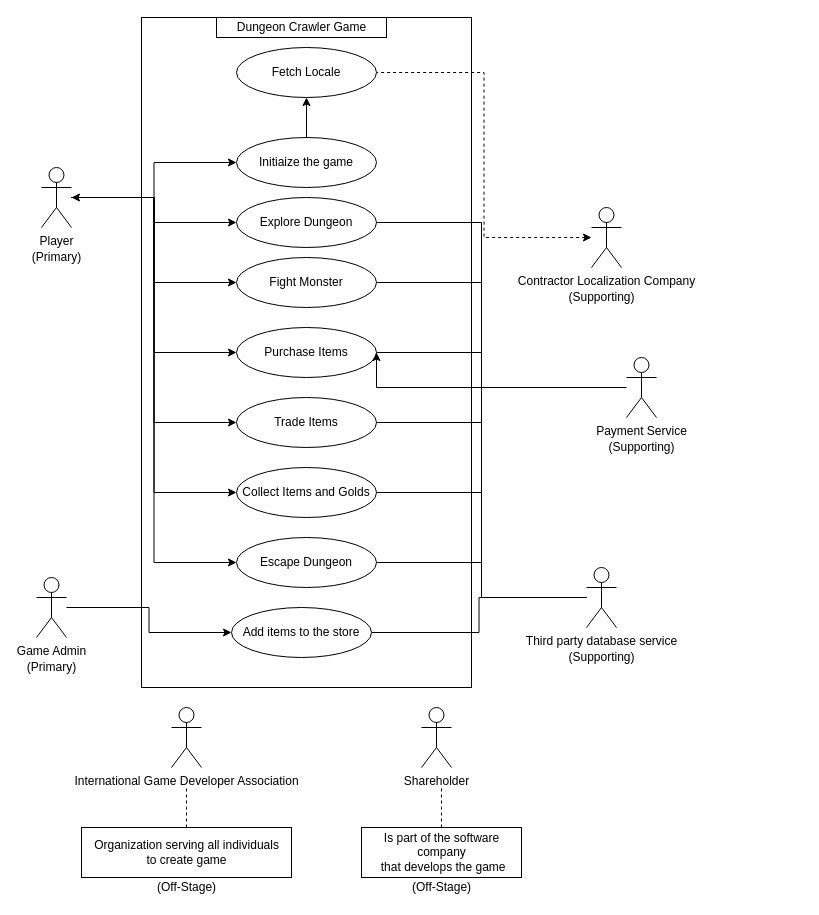
The draw.io diagram page "Page-1" (1 of 2) of UseCaseDiagram.drawio in jelkewcharoen/DungeonCrawlerGame, before the edit. Source tidied: cells renumbered, new cells numbered last; positions are measured from the earlier drawing's top-left corner, leaving out a move shared by most shapes. Both pictures are drawn from the tidied source at 100%, with x=0, y=0 at pixel (21, 17).
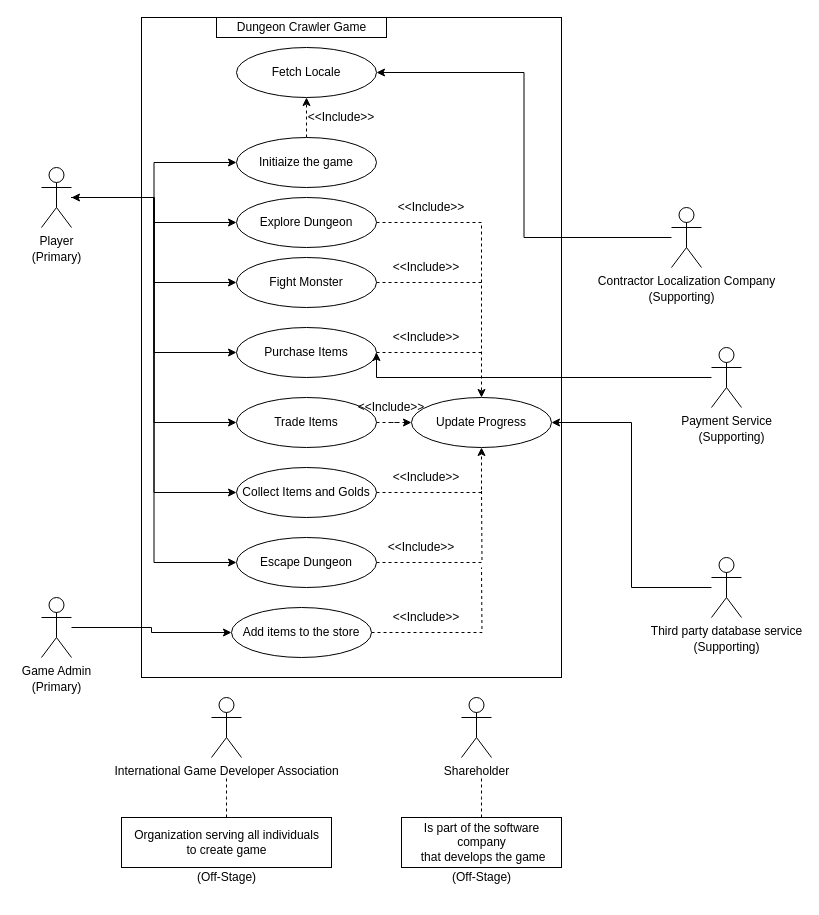
Above is the later version.

The change refers to these unchanged cells:
```xml
<mxCell id="29" value="Explore Dungeon" style="ellipse;whiteSpace=wrap;html=1;" parent="1" vertex="1">
  <mxGeometry x="215" y="180" width="140" height="50" as="geometry" />
</mxCell>
<mxCell id="30" value="Fight Monster" style="ellipse;whiteSpace=wrap;html=1;" parent="1" vertex="1">
  <mxGeometry x="215" y="240" width="140" height="50" as="geometry" />
</mxCell>
<mxCell id="31" value="Collect Items and Golds" style="ellipse;whiteSpace=wrap;html=1;" parent="1" vertex="1">
  <mxGeometry x="215" y="450" width="140" height="50" as="geometry" />
</mxCell>
<mxCell id="32" value="Purchase Items" style="ellipse;whiteSpace=wrap;html=1;" parent="1" vertex="1">
  <mxGeometry x="215" y="310" width="140" height="50" as="geometry" />
</mxCell>
<mxCell id="42" value="Escape Dungeon" style="ellipse;whiteSpace=wrap;html=1;" parent="1" vertex="1">
  <mxGeometry x="215" y="520" width="140" height="50" as="geometry" />
</mxCell>
<mxCell id="43" value="Add items to the store" style="ellipse;whiteSpace=wrap;html=1;" parent="1" vertex="1">
  <mxGeometry x="210" y="590" width="140" height="50" as="geometry" />
</mxCell>
<mxCell id="44" value="Trade Items" style="ellipse;whiteSpace=wrap;html=1;" parent="1" vertex="1">
  <mxGeometry x="215" y="380" width="140" height="50" as="geometry" />
</mxCell>
<mxCell id="45" value="Fetch Locale" style="ellipse;whiteSpace=wrap;html=1;" parent="1" vertex="1">
  <mxGeometry x="215" y="30" width="140" height="50" as="geometry" />
</mxCell>
<mxCell id="47" value="Initiaize the game" style="ellipse;whiteSpace=wrap;html=1;" parent="1" vertex="1">
  <mxGeometry x="215" y="120" width="140" height="50" as="geometry" />
</mxCell>
```

The edit, as a diff of the source:
```diff
@@
     <mxCell id="2" style="html=1;" parent="1" vertex="1">
-      <mxGeometry x="120" width="330" height="670" as="geometry" />
+      <mxGeometry x="120" width="420" height="660" as="geometry" />
     </mxCell>
@@
-    <mxCell id="11" style="edgeStyle=orthogonalEdgeStyle;rounded=0;jettySize=auto;html=1;entryX=1;entryY=0.5;entryDx=0;entryDy=0;endArrow=none;endFill=0;" parent="1" edge="1" source="18" target="43">
-      <mxGeometry relative="1" as="geometry" />
-    </mxCell>
-    <mxCell id="12" style="edgeStyle=orthogonalEdgeStyle;rounded=0;jettySize=auto;html=1;entryX=1;entryY=0.5;entryDx=0;entryDy=0;startArrow=none;startFill=0;endArrow=none;endFill=0;" parent="1" edge="1" source="18" target="42">
-      <mxGeometry relative="1" as="geometry" />
-    </mxCell>
-    <mxCell id="13" style="edgeStyle=orthogonalEdgeStyle;rounded=0;jettySize=auto;html=1;entryX=1;entryY=0.5;entryDx=0;entryDy=0;startArrow=none;startFill=0;endArrow=none;endFill=0;" parent="1" edge="1" source="18" target="31">
-      <mxGeometry relative="1" as="geometry" />
-    </mxCell>
-    <mxCell id="14" style="edgeStyle=orthogonalEdgeStyle;rounded=0;jettySize=auto;html=1;entryX=1;entryY=0.5;entryDx=0;entryDy=0;startArrow=none;startFill=0;endArrow=none;endFill=0;" parent="1" edge="1" source="18" target="44">
+    <mxCell id="14" style="edgeStyle=orthogonalEdgeStyle;rounded=0;jettySize=auto;html=1;entryX=1;entryY=0.5;entryDx=0;entryDy=0;startArrow=none;startFill=0;endArrow=classic;endFill=1;" parent="1" edge="1" source="18" target="57">
       <mxGeometry relative="1" as="geometry" />
     </mxCell>
-    <mxCell id="15" style="edgeStyle=orthogonalEdgeStyle;rounded=0;jettySize=auto;html=1;entryX=1;entryY=0.5;entryDx=0;entryDy=0;startArrow=none;startFill=0;endArrow=none;endFill=0;" parent="1" edge="1" source="18" target="32">
-      <mxGeometry relative="1" as="geometry" />
-    </mxCell>
-    <mxCell id="16" style="edgeStyle=orthogonalEdgeStyle;rounded=0;jettySize=auto;html=1;entryX=1;entryY=0.5;entryDx=0;entryDy=0;startArrow=none;startFill=0;endArrow=none;endFill=0;" parent="1" edge="1" source="18" target="30">
-      <mxGeometry relative="1" as="geometry" />
-    </mxCell>
-    <mxCell id="17" style="edgeStyle=orthogonalEdgeStyle;rounded=0;jettySize=auto;html=1;entryX=1;entryY=0.5;entryDx=0;entryDy=0;startArrow=none;startFill=0;endArrow=none;endFill=0;" parent="1" edge="1" source="18" target="29">
-      <mxGeometry relative="1" as="geometry" />
-    </mxCell>
     <mxCell id="18" value="Third party database service" style="shape=umlActor;verticalLabelPosition=bottom;verticalAlign=top;html=1;" parent="1" vertex="1">
-      <mxGeometry x="565" y="550" width="30" height="60" as="geometry" />
+      <mxGeometry x="690" y="540" width="30" height="60" as="geometry" />
     </mxCell>
-    <mxCell id="19" style="edgeStyle=orthogonalEdgeStyle;rounded=0;jettySize=auto;html=1;entryX=1;entryY=0.5;entryDx=0;entryDy=0;endArrow=none;endFill=0;startArrow=classic;startFill=1;dashed=1;" parent="1" edge="1" source="20" target="45">
+    <mxCell id="19" style="edgeStyle=orthogonalEdgeStyle;rounded=0;jettySize=auto;html=1;entryX=1;entryY=0.5;entryDx=0;entryDy=0;endArrow=classic;endFill=1;startArrow=none;startFill=0;" parent="1" edge="1" source="20" target="45">
       <mxGeometry relative="1" as="geometry" />
     </mxCell>
     <mxCell id="20" value="Contractor Localization Company" style="shape=umlActor;verticalLabelPosition=bottom;verticalAlign=top;html=1;" parent="1" vertex="1">
-      <mxGeometry x="570" y="190" width="30" height="60" as="geometry" />
+      <mxGeometry x="650" y="190" width="30" height="60" as="geometry" />
     </mxCell>
@@
     <mxCell id="22" value="Game Admin" style="shape=umlActor;verticalLabelPosition=bottom;verticalAlign=top;html=1;" parent="1" vertex="1">
-      <mxGeometry x="15" y="560" width="30" height="60" as="geometry" />
+      <mxGeometry x="20" y="580" width="30" height="60" as="geometry" />
     </mxCell>
     <mxCell id="23" value="Shareholder" style="shape=umlActor;verticalLabelPosition=bottom;verticalAlign=top;html=1;" parent="1" vertex="1">
-      <mxGeometry x="400" y="690" width="30" height="60" as="geometry" />
+      <mxGeometry x="440" y="680" width="30" height="60" as="geometry" />
     </mxCell>
     <mxCell id="24" value="International Game Developer Association" style="shape=umlActor;verticalLabelPosition=bottom;verticalAlign=top;html=1;" parent="1" vertex="1">
-      <mxGeometry x="150" y="690" width="30" height="60" as="geometry" />
+      <mxGeometry x="190" y="680" width="30" height="60" as="geometry" />
     </mxCell>
     <mxCell id="25" style="edgeStyle=orthogonalEdgeStyle;rounded=0;jettySize=auto;html=1;dashed=1;endArrow=none;endFill=0;" parent="1" edge="1" source="26">
       <mxGeometry relative="1" as="geometry">
-        <mxPoint x="165" y="770" as="targetPoint" />
+        <mxPoint x="205" y="760" as="targetPoint" />
       </mxGeometry>
     </mxCell>
     <mxCell id="26" value="Organization serving all individuals &lt;br&gt;to create game" style="html=1;" parent="1" vertex="1">
-      <mxGeometry x="60" y="810" width="210" height="50" as="geometry" />
+      <mxGeometry x="100" y="800" width="210" height="50" as="geometry" />
     </mxCell>
     <mxCell id="27" style="edgeStyle=orthogonalEdgeStyle;rounded=0;jettySize=auto;html=1;dashed=1;endArrow=none;endFill=0;" parent="1" edge="1" source="28">
       <mxGeometry relative="1" as="geometry">
-        <mxPoint x="420" y="770" as="targetPoint" />
+        <mxPoint x="460" y="760" as="targetPoint" />
       </mxGeometry>
     </mxCell>
     <mxCell id="28" value="Is part of the software &lt;br&gt;company&lt;br&gt;&amp;nbsp;that develops the game" style="html=1;" parent="1" vertex="1">
-      <mxGeometry x="340" y="810" width="160" height="50" as="geometry" />
+      <mxGeometry x="380" y="800" width="160" height="50" as="geometry" />
     </mxCell>
+    <mxCell id="49" style="edgeStyle=orthogonalEdgeStyle;rounded=0;jettySize=auto;html=1;startArrow=none;startFill=0;endArrow=classic;endFill=1;dashed=1;entryX=0.5;entryY=0;entryDx=0;entryDy=0;" parent="1" edge="1" source="29" target="57">
+      <mxGeometry relative="1" as="geometry" />
+    </mxCell>
@@
+    <mxCell id="50" style="edgeStyle=orthogonalEdgeStyle;rounded=0;jettySize=auto;html=1;dashed=1;startArrow=none;startFill=0;endArrow=none;endFill=0;" parent="1" edge="1" source="30">
+      <mxGeometry relative="1" as="geometry">
+        <mxPoint x="460" y="265" as="targetPoint" />
+      </mxGeometry>
+    </mxCell>
@@
+    <mxCell id="51" style="edgeStyle=orthogonalEdgeStyle;rounded=0;jettySize=auto;html=1;entryX=0.5;entryY=1;entryDx=0;entryDy=0;dashed=1;startArrow=none;startFill=0;endArrow=classic;endFill=1;" parent="1" edge="1" source="31" target="57">
+      <mxGeometry relative="1" as="geometry">
+        <Array as="points">
+          <mxPoint x="460" y="475" />
+        </Array>
+      </mxGeometry>
+    </mxCell>
@@
+    <mxCell id="52" style="edgeStyle=orthogonalEdgeStyle;rounded=0;jettySize=auto;html=1;dashed=1;startArrow=none;startFill=0;endArrow=none;endFill=0;" parent="1" edge="1" source="32">
+      <mxGeometry relative="1" as="geometry">
+        <mxPoint x="460" y="335" as="targetPoint" />
+      </mxGeometry>
+    </mxCell>
@@
     <mxCell id="33" style="edgeStyle=orthogonalEdgeStyle;rounded=0;jettySize=auto;html=1;entryX=1;entryY=0.5;entryDx=0;entryDy=0;endArrow=classic;endFill=1;" parent="1" edge="1" source="34" target="32">
       <mxGeometry relative="1" as="geometry">
         <Array as="points">
-          <mxPoint x="355" y="370" />
+          <mxPoint x="355" y="360" />
         </Array>
       </mxGeometry>
     </mxCell>
     <mxCell id="34" value="Payment Service" style="shape=umlActor;verticalLabelPosition=bottom;verticalAlign=top;html=1;" parent="1" vertex="1">
-      <mxGeometry x="605" y="340" width="30" height="60" as="geometry" />
+      <mxGeometry x="690" y="330" width="30" height="60" as="geometry" />
     </mxCell>
@@
     <mxCell id="36" value="(Primary)" style="text;html=1;align=center;verticalAlign=middle;" parent="1" vertex="1">
-      <mxGeometry y="640" width="60" height="20" as="geometry" />
+      <mxGeometry x="5" y="660" width="60" height="20" as="geometry" />
     </mxCell>
     <mxCell id="37" value="(Supporting)" style="text;html=1;align=center;verticalAlign=middle;" parent="1" vertex="1">
-      <mxGeometry x="580" y="420" width="80" height="20" as="geometry" />
+      <mxGeometry x="670" y="410" width="80" height="20" as="geometry" />
     </mxCell>
     <mxCell id="38" value="(Supporting)" style="text;html=1;align=center;verticalAlign=middle;" parent="1" vertex="1">
-      <mxGeometry x="540" y="270" width="80" height="20" as="geometry" />
+      <mxGeometry x="620" y="270" width="80" height="20" as="geometry" />
     </mxCell>
     <mxCell id="39" value="(Supporting)" style="text;html=1;align=center;verticalAlign=middle;" parent="1" vertex="1">
-      <mxGeometry x="540" y="630" width="80" height="20" as="geometry" />
+      <mxGeometry x="665" y="620" width="80" height="20" as="geometry" />
     </mxCell>
     <mxCell id="40" value="(Off-Stage)" style="text;html=1;align=center;verticalAlign=middle;" parent="1" vertex="1">
-      <mxGeometry x="130" y="860" width="70" height="20" as="geometry" />
+      <mxGeometry x="170" y="850" width="70" height="20" as="geometry" />
     </mxCell>
     <mxCell id="41" value="(Off-Stage)" style="text;html=1;align=center;verticalAlign=middle;" parent="1" vertex="1">
-      <mxGeometry x="385" y="860" width="70" height="20" as="geometry" />
+      <mxGeometry x="425" y="850" width="70" height="20" as="geometry" />
     </mxCell>
+    <mxCell id="53" style="edgeStyle=orthogonalEdgeStyle;rounded=0;jettySize=auto;html=1;dashed=1;startArrow=none;startFill=0;endArrow=none;endFill=0;" parent="1" edge="1" source="42">
+      <mxGeometry relative="1" as="geometry">
+        <mxPoint x="460" y="470" as="targetPoint" />
+      </mxGeometry>
+    </mxCell>
@@
+    <mxCell id="54" style="edgeStyle=orthogonalEdgeStyle;rounded=0;jettySize=auto;html=1;dashed=1;startArrow=none;startFill=0;endArrow=none;endFill=0;" parent="1" edge="1" source="43">
+      <mxGeometry relative="1" as="geometry">
+        <mxPoint x="460" y="550" as="targetPoint" />
+      </mxGeometry>
+    </mxCell>
@@
+    <mxCell id="55" style="edgeStyle=orthogonalEdgeStyle;rounded=0;jettySize=auto;html=1;entryX=0;entryY=0.5;entryDx=0;entryDy=0;dashed=1;startArrow=none;startFill=0;endArrow=classic;endFill=1;" parent="1" edge="1" source="44" target="57">
+      <mxGeometry relative="1" as="geometry" />
+    </mxCell>
@@
-    <mxCell id="46" style="edgeStyle=orthogonalEdgeStyle;rounded=0;jettySize=auto;html=1;entryX=0.5;entryY=1;entryDx=0;entryDy=0;startArrow=none;startFill=0;endArrow=classic;endFill=1;" parent="1" edge="1" source="47" target="45">
+    <mxCell id="46" style="edgeStyle=orthogonalEdgeStyle;rounded=0;jettySize=auto;html=1;entryX=0.5;entryY=1;entryDx=0;entryDy=0;startArrow=none;startFill=0;endArrow=classic;endFill=1;dashed=1;" parent="1" edge="1" source="47" target="45">
       <mxGeometry relative="1" as="geometry" />
     </mxCell>
@@
+    <mxCell id="56" value="&amp;lt;&amp;lt;Include&amp;gt;&amp;gt;" style="text;html=1;strokeColor=none;fillColor=none;align=center;verticalAlign=middle;whiteSpace=wrap;rounded=0;" parent="1" vertex="1">
+      <mxGeometry x="300" y="90" width="40" height="20" as="geometry" />
+    </mxCell>
+    <mxCell id="57" value="Update Progress" style="ellipse;whiteSpace=wrap;html=1;" parent="1" vertex="1">
+      <mxGeometry x="390" y="380" width="140" height="50" as="geometry" />
+    </mxCell>
+    <mxCell id="58" value="&amp;lt;&amp;lt;Include&amp;gt;&amp;gt;" style="text;html=1;strokeColor=none;fillColor=none;align=center;verticalAlign=middle;whiteSpace=wrap;rounded=0;" parent="1" vertex="1">
+      <mxGeometry x="385" y="310" width="40" height="20" as="geometry" />
+    </mxCell>
+    <mxCell id="59" value="&amp;lt;&amp;lt;Include&amp;gt;&amp;gt;" style="text;html=1;strokeColor=none;fillColor=none;align=center;verticalAlign=middle;whiteSpace=wrap;rounded=0;" parent="1" vertex="1">
+      <mxGeometry x="390" y="180" width="40" height="20" as="geometry" />
+    </mxCell>
+    <mxCell id="60" value="&amp;lt;&amp;lt;Include&amp;gt;&amp;gt;" style="text;html=1;strokeColor=none;fillColor=none;align=center;verticalAlign=middle;whiteSpace=wrap;rounded=0;" parent="1" vertex="1">
+      <mxGeometry x="385" y="240" width="40" height="20" as="geometry" />
+    </mxCell>
+    <mxCell id="61" value="&amp;lt;&amp;lt;Include&amp;gt;&amp;gt;" style="text;html=1;strokeColor=none;fillColor=none;align=center;verticalAlign=middle;whiteSpace=wrap;rounded=0;" parent="1" vertex="1">
+      <mxGeometry x="380" y="520" width="40" height="20" as="geometry" />
+    </mxCell>
+    <mxCell id="62" value="&amp;lt;&amp;lt;Include&amp;gt;&amp;gt;" style="text;html=1;strokeColor=none;fillColor=none;align=center;verticalAlign=middle;whiteSpace=wrap;rounded=0;" parent="1" vertex="1">
+      <mxGeometry x="385" y="590" width="40" height="20" as="geometry" />
+    </mxCell>
+    <mxCell id="63" value="&amp;lt;&amp;lt;Include&amp;gt;&amp;gt;" style="text;html=1;strokeColor=none;fillColor=none;align=center;verticalAlign=middle;whiteSpace=wrap;rounded=0;" parent="1" vertex="1">
+      <mxGeometry x="385" y="450" width="40" height="20" as="geometry" />
+    </mxCell>
+    <mxCell id="64" value="&amp;lt;&amp;lt;Include&amp;gt;&amp;gt;" style="text;html=1;strokeColor=none;fillColor=none;align=center;verticalAlign=middle;whiteSpace=wrap;rounded=0;" parent="1" vertex="1">
+      <mxGeometry x="350" y="380" width="40" height="20" as="geometry" />
+    </mxCell>
```
